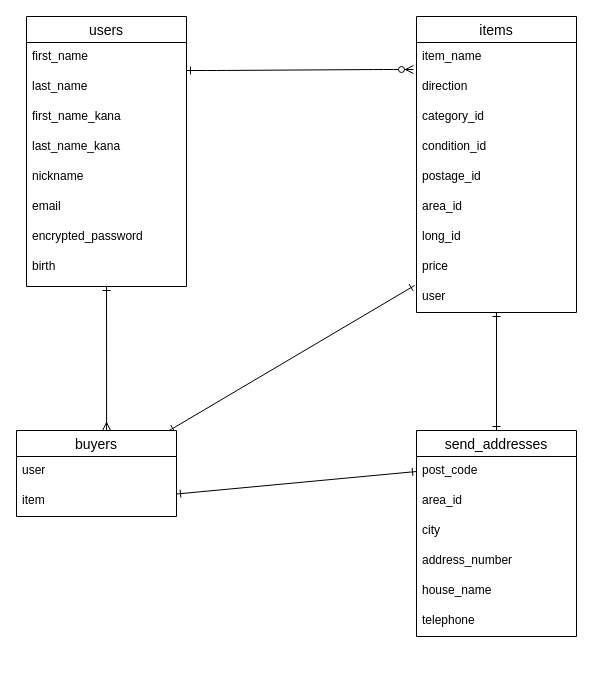
Earlier version of the draw.io diagram text.dio (Aya0601/furima38585). Source tidied: cells renumbered, new cells numbered last; positions are measured from the earlier drawing's top-left corner, leaving out a move shared by most shapes. Both pictures are drawn from the tidied source at 100%, with x=0, y=0 at pixel (16, 16).
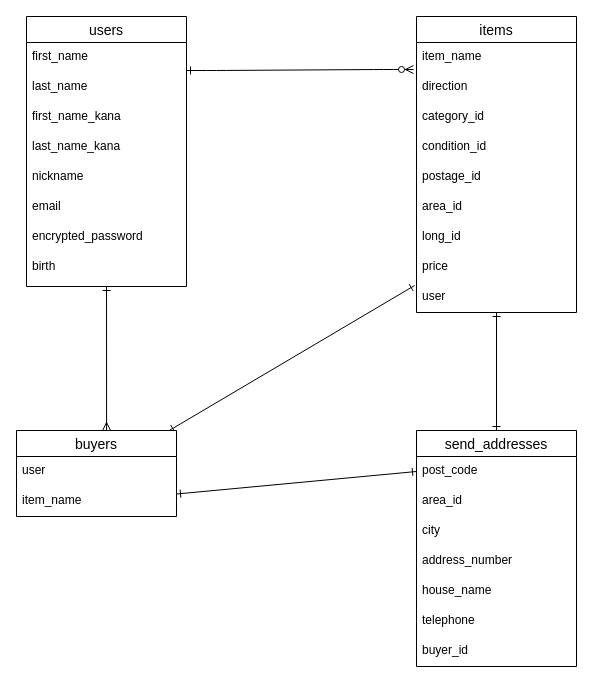
The same page after the edit.

Unchanged cells that the change refers to:
```xml
<mxCell id="10" value="buyers" style="swimlane;fontStyle=0;horizontal=1;startSize=26;align=center;fontSize=14;" parent="1" vertex="1">
  <mxGeometry y="414" width="160" height="86" as="geometry" />
</mxCell>
```

Diff of the diagram source:
```diff
@@
     <mxCell id="2" value="send_addresses" style="swimlane;fontStyle=0;horizontal=1;startSize=26;align=center;fontSize=14;" parent="1" vertex="1">
-      <mxGeometry x="400" y="414" width="160" height="206" as="geometry" />
+      <mxGeometry x="400" y="414" width="160" height="236" as="geometry" />
     </mxCell>
@@
+    <mxCell id="36" value="buyer_id" style="text;strokeColor=none;fillColor=none;spacingLeft=4;spacingRight=4;overflow=hidden;fontSize=12;" parent="2" vertex="1">
+      <mxGeometry y="206" width="160" height="30" as="geometry" />
+    </mxCell>
@@
-    <mxCell id="12" value="item" style="text;strokeColor=none;fillColor=none;spacingLeft=4;spacingRight=4;overflow=hidden;points=[[0,0.5],[1,0.5]];portConstraint=eastwest;fontSize=12;" parent="10" vertex="1">
+    <mxCell id="12" value="item_name" style="text;strokeColor=none;fillColor=none;spacingLeft=4;spacingRight=4;overflow=hidden;points=[[0,0.5],[1,0.5]];portConstraint=eastwest;fontSize=12;" parent="10" vertex="1">
       <mxGeometry y="56" width="160" height="30" as="geometry" />
     </mxCell>
```
